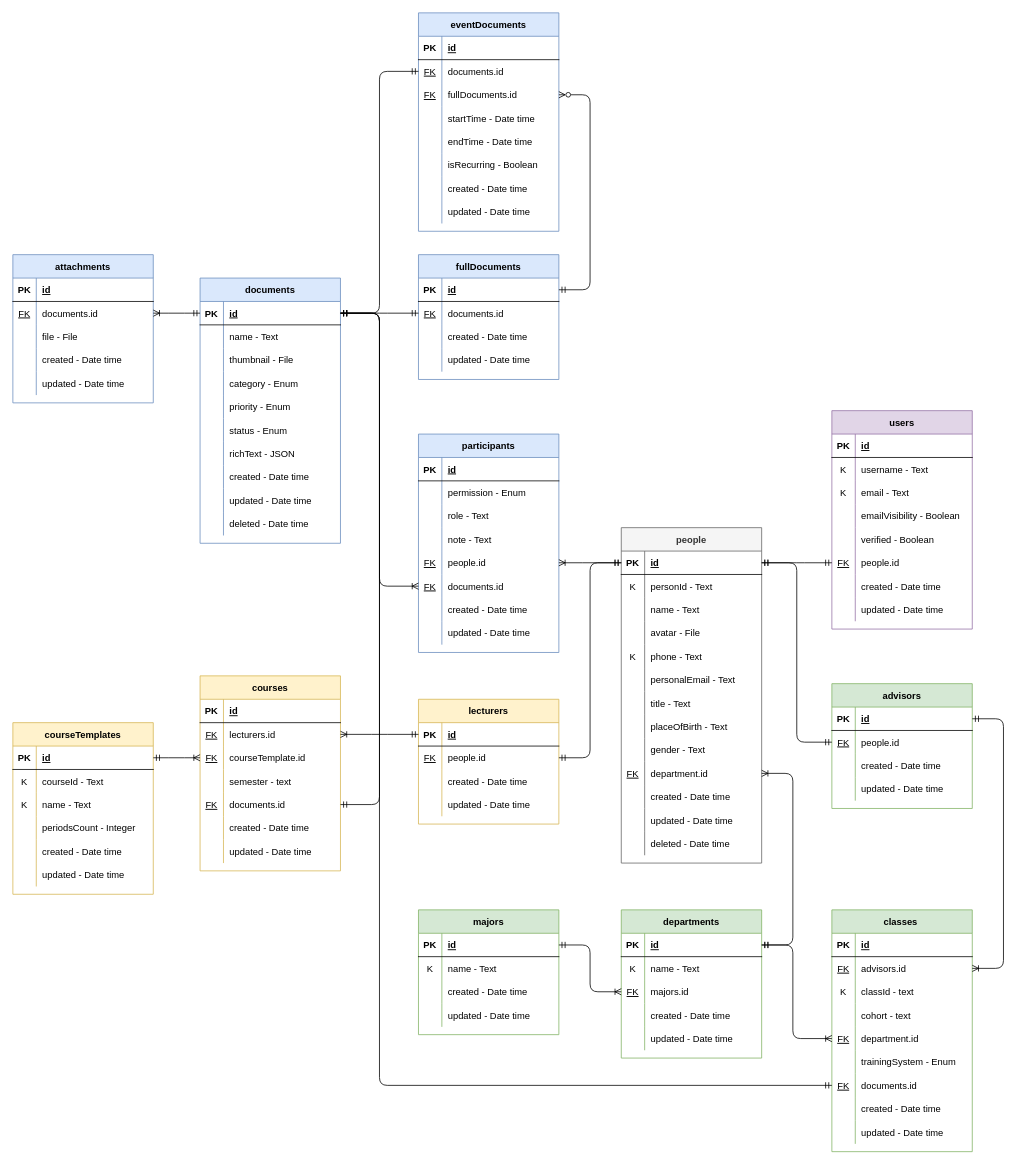
Earlier version of the draw.io diagram packages/raito/diagrams/erd.drawio (Khoa-bit/lecturer-assistance-app). Source tidied: cells renumbered, new cells numbered last; positions are measured from the earlier drawing's top-left corner, leaving out a move shared by most shapes. Both pictures are drawn from the tidied source at 78%, with x=0, y=0 at pixel (12, 12).
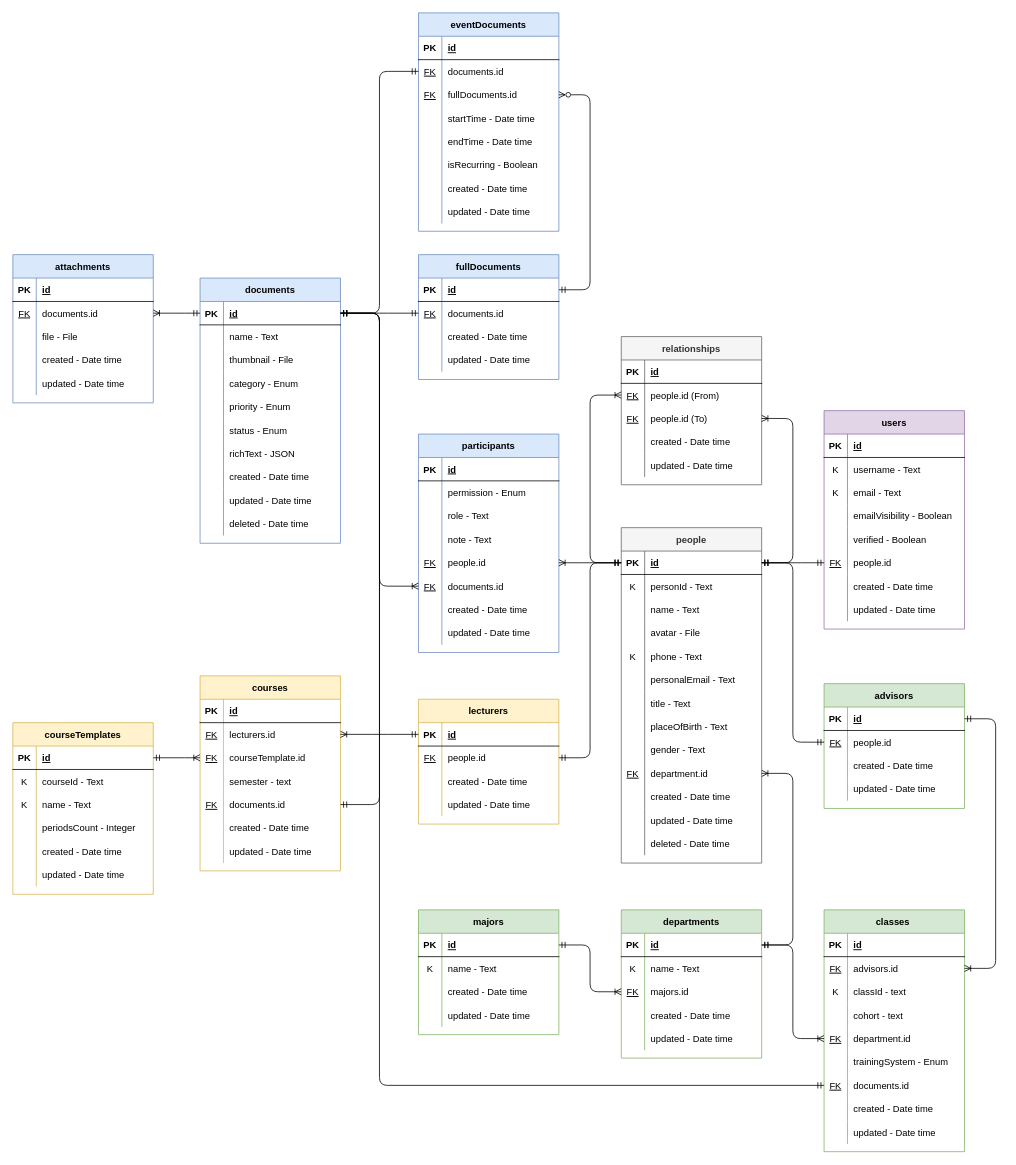
Above is the later version.

Unchanged cells that the change refers to:
```xml
<mxCell id="72" style="shape=partialRectangle;fillColor=none;top=0;left=0;bottom=1;right=0;points=[[0,0.5],[1,0.5]];portConstraint=eastwest;" parent="71" vertex="1">
  <mxGeometry y="30" width="180" height="30" as="geometry" />
</mxCell>
<mxCell id="99" style="shape=partialRectangle;fillColor=none;top=0;left=0;bottom=0;right=0;points=[[0,0.5],[1,0.5]];portConstraint=eastwest;" parent="71" vertex="1">
  <mxGeometry y="300" width="180" height="30" as="geometry" />
</mxCell>
<mxCell id="153" style="shape=partialRectangle;fillColor=none;top=0;left=0;bottom=1;right=0;points=[[0,0.5],[1,0.5]];portConstraint=eastwest;" parent="152" vertex="1">
  <mxGeometry y="30" width="180" height="30" as="geometry" />
</mxCell>
<mxCell id="156" style="shape=partialRectangle;fillColor=none;top=0;left=0;bottom=0;right=0;points=[[0,0.5],[1,0.5]];portConstraint=eastwest;" parent="152" vertex="1">
  <mxGeometry y="60" width="180" height="30" as="geometry" />
</mxCell>
<mxCell id="223" style="shape=partialRectangle;fillColor=none;top=0;left=0;bottom=0;right=0;points=[[0,0.5],[1,0.5]];portConstraint=eastwest;" parent="219" vertex="1">
  <mxGeometry y="60" width="180" height="30" as="geometry" />
</mxCell>
<mxCell id="261" style="shape=partialRectangle;fillColor=none;top=0;left=0;bottom=1;right=0;points=[[0,0.5],[1,0.5]];portConstraint=eastwest;" parent="260" vertex="1">
  <mxGeometry y="30" width="180" height="30" as="geometry" />
</mxCell>
```

The edit, as a diff of the source:
```diff
@@
     <mxCell id="111" value="users" style="shape=table;startSize=30;childLayout=tableLayout;rowLines=0;fontStyle=1;align=center;fillColor=#e1d5e7;strokeColor=#9673a6;" parent="1" vertex="1">
-      <mxGeometry x="1050" y="510" width="180" height="280" as="geometry" />
+      <mxGeometry x="1040" y="510" width="180" height="280" as="geometry" />
     </mxCell>
@@
     <mxCell id="152" value="advisors" style="shape=table;startSize=30;childLayout=tableLayout;rowLines=0;fontStyle=1;align=center;fillColor=#d5e8d4;strokeColor=#82b366;" parent="1" vertex="1">
-      <mxGeometry x="1050" y="860" width="180" height="160" as="geometry" />
+      <mxGeometry x="1040" y="860" width="180" height="160" as="geometry" />
     </mxCell>
@@
     <mxCell id="219" value="classes " style="shape=table;startSize=30;childLayout=tableLayout;rowLines=0;fontStyle=1;align=center;fillColor=#d5e8d4;strokeColor=#82b366;" parent="1" vertex="1">
-      <mxGeometry x="1050" y="1150" width="180" height="310" as="geometry" />
+      <mxGeometry x="1040" y="1150" width="180" height="310" as="geometry" />
     </mxCell>
@@
     <mxCell id="280" style="edgeStyle=elbowEdgeStyle;html=1;exitX=1;exitY=0.5;exitDx=0;exitDy=0;entryX=1;entryY=0.5;entryDx=0;entryDy=0;startArrow=ERmandOne;startFill=0;endArrow=ERoneToMany;endFill=0;" parent="1" edge="1" source="261" target="99">
       <mxGeometry relative="1" as="geometry">
         <Array as="points">
+          <mxPoint x="1000" y="1110" />
           <mxPoint x="1000" y="1060" />
         </Array>
       </mxGeometry>
     </mxCell>
@@
     <mxCell id="311" style="edgeStyle=elbowEdgeStyle;html=1;exitX=1;exitY=0.5;exitDx=0;exitDy=0;entryX=0;entryY=0.5;entryDx=0;entryDy=0;startArrow=ERmandOne;startFill=0;endArrow=ERmandOne;endFill=0;" parent="1" edge="1" source="72" target="156">
-      <mxGeometry relative="1" as="geometry" />
+      <mxGeometry relative="1" as="geometry">
+        <Array as="points">
+          <mxPoint x="1000" y="820" />
+        </Array>
+      </mxGeometry>
     </mxCell>
     <mxCell id="312" style="edgeStyle=elbowEdgeStyle;html=1;exitX=1;exitY=0.5;exitDx=0;exitDy=0;entryX=1;entryY=0.5;entryDx=0;entryDy=0;startArrow=ERmandOne;startFill=0;endArrow=ERoneToMany;endFill=0;" parent="1" edge="1" source="153" target="223">
       <mxGeometry relative="1" as="geometry">
         <Array as="points">
-          <mxPoint x="1270" y="1030" />
+          <mxPoint x="1260" y="1070" />
         </Array>
       </mxGeometry>
     </mxCell>
@@
+    <mxCell id="318" value="relationships" style="shape=table;startSize=30;childLayout=tableLayout;rowLines=0;fontStyle=1;align=center;fillColor=#f5f5f5;fontColor=#333333;strokeColor=#666666;" parent="1" vertex="1">
+      <mxGeometry x="780" y="415" width="180" height="190" as="geometry" />
+    </mxCell>
+    <mxCell id="319" style="shape=partialRectangle;fillColor=none;top=0;left=0;bottom=1;right=0;" parent="318" vertex="1">
+      <mxGeometry y="30" width="180" height="30" as="geometry" />
+    </mxCell>
+    <mxCell id="320" value="PK" style="shape=partialRectangle;fillColor=none;top=0;left=0;bottom=0;right=0;fontStyle=1;overflow=hidden;" parent="319" vertex="1">
+      <mxGeometry width="30" height="30" as="geometry" />
+    </mxCell>
+    <mxCell id="321" value="id" style="shape=partialRectangle;fillColor=none;top=0;left=0;bottom=0;right=0;align=left;spacingLeft=6;fontStyle=5;overflow=hidden;" parent="319" vertex="1">
+      <mxGeometry x="30" width="150" height="30" as="geometry" />
+    </mxCell>
+    <mxCell id="322" style="shape=partialRectangle;fillColor=none;top=0;left=0;bottom=0;right=0;points=[[0,0.5],[1,0.5]];portConstraint=eastwest;" parent="318" vertex="1">
+      <mxGeometry y="60" width="180" height="30" as="geometry" />
+    </mxCell>
+    <mxCell id="323" value="FK" style="shape=partialRectangle;fillColor=none;top=0;left=0;bottom=0;right=0;overflow=hidden;fontStyle=4;" parent="322" vertex="1">
+      <mxGeometry width="30" height="30" as="geometry" />
+    </mxCell>
+    <mxCell id="324" value="people.id (From)" style="shape=partialRectangle;fillColor=none;top=0;left=0;bottom=0;right=0;align=left;spacingLeft=6;overflow=hidden;" parent="322" vertex="1">
+      <mxGeometry x="30" width="150" height="30" as="geometry" />
+    </mxCell>
+    <mxCell id="325" style="shape=partialRectangle;fillColor=none;top=0;left=0;bottom=0;right=0;points=[[0,0.5],[1,0.5]];portConstraint=eastwest;" parent="318" vertex="1">
+      <mxGeometry y="90" width="180" height="30" as="geometry" />
+    </mxCell>
+    <mxCell id="326" value="FK" style="shape=partialRectangle;fillColor=none;top=0;left=0;bottom=0;right=0;overflow=hidden;fontStyle=4;" parent="325" vertex="1">
+      <mxGeometry width="30" height="30" as="geometry" />
+    </mxCell>
+    <mxCell id="327" value="people.id (To)" style="shape=partialRectangle;fillColor=none;top=0;left=0;bottom=0;right=0;align=left;spacingLeft=6;overflow=hidden;" parent="325" vertex="1">
+      <mxGeometry x="30" width="150" height="30" as="geometry" />
+    </mxCell>
+    <mxCell id="328" style="shape=partialRectangle;fillColor=none;top=0;left=0;bottom=0;right=0;" parent="318" vertex="1">
+      <mxGeometry y="120" width="180" height="30" as="geometry" />
+    </mxCell>
+    <mxCell id="329" style="shape=partialRectangle;fillColor=none;top=0;left=0;bottom=0;right=0;overflow=hidden;" parent="328" vertex="1">
+      <mxGeometry width="30" height="30" as="geometry" />
+    </mxCell>
+    <mxCell id="330" value="created - Date time" style="shape=partialRectangle;fillColor=none;top=0;left=0;bottom=0;right=0;align=left;spacingLeft=6;overflow=hidden;" parent="328" vertex="1">
+      <mxGeometry x="30" width="150" height="30" as="geometry" />
+    </mxCell>
+    <mxCell id="331" style="shape=partialRectangle;fillColor=none;top=0;left=0;bottom=0;right=0;" parent="318" vertex="1">
+      <mxGeometry y="150" width="180" height="30" as="geometry" />
+    </mxCell>
+    <mxCell id="332" style="shape=partialRectangle;fillColor=none;top=0;left=0;bottom=0;right=0;overflow=hidden;" parent="331" vertex="1">
+      <mxGeometry width="30" height="30" as="geometry" />
+    </mxCell>
+    <mxCell id="333" value="updated - Date time" style="shape=partialRectangle;fillColor=none;top=0;left=0;bottom=0;right=0;align=left;spacingLeft=6;overflow=hidden;" parent="331" vertex="1">
+      <mxGeometry x="30" width="150" height="30" as="geometry" />
+    </mxCell>
+    <mxCell id="334" style="edgeStyle=elbowEdgeStyle;html=1;entryX=0;entryY=0.5;entryDx=0;entryDy=0;startArrow=ERmandOne;startFill=0;endArrow=ERoneToMany;endFill=0;" parent="1" edge="1" source="72" target="322">
+      <mxGeometry relative="1" as="geometry">
+        <Array as="points">
+          <mxPoint x="740" y="610" />
+        </Array>
+      </mxGeometry>
+    </mxCell>
+    <mxCell id="335" style="edgeStyle=elbowEdgeStyle;html=1;entryX=1;entryY=0.5;entryDx=0;entryDy=0;startArrow=ERmandOne;startFill=0;endArrow=ERoneToMany;endFill=0;" parent="1" edge="1" source="72" target="325">
+      <mxGeometry relative="1" as="geometry">
+        <Array as="points">
+          <mxPoint x="1000" y="600" />
+        </Array>
+      </mxGeometry>
+    </mxCell>
```
